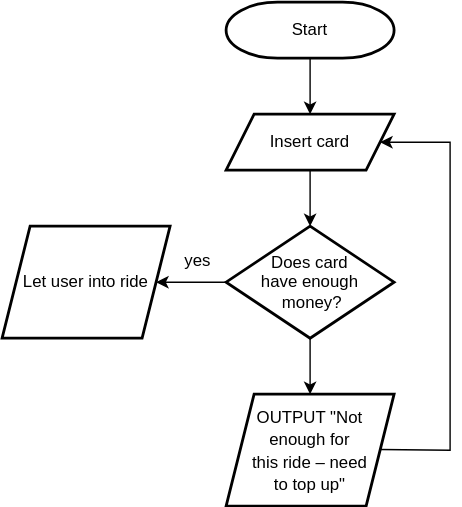
Earlier version of the draw.io export 1.1.2 Task 4.drawio.svg (tungstengmd/drawio-diagrams). Source tidied: cells renumbered, new cells last; positions are measured from the earlier drawing's top-left corner, leaving out a move shared by most shapes.
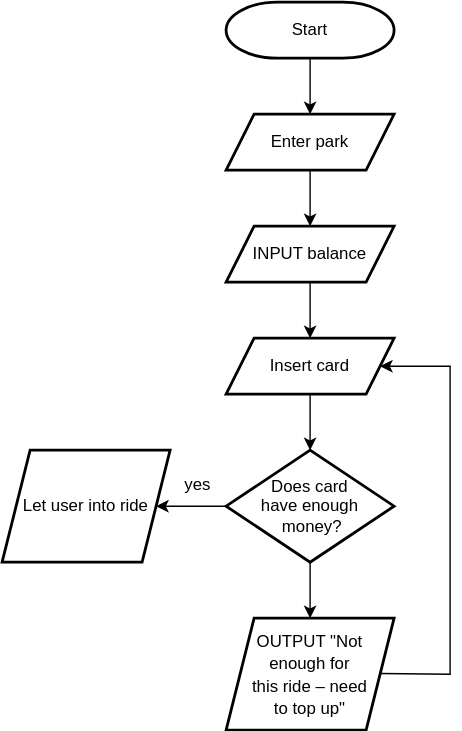
The same file after the commit.

Change to the diagram source:
```diff
@@ -2,11 +2,11 @@
   <root>
     <mxCell id="0" />
     <mxCell id="1" parent="0" />
-    <mxCell id="2" style="edgeStyle=orthogonalEdgeStyle;rounded=0;jettySize=auto;html=1;" parent="1" edge="1" source="3" target="5">
-      <mxGeometry relative="1" as="geometry" />
-    </mxCell>
+    <mxCell id="13" style="edgeStyle=orthogonalEdgeStyle;rounded=0;jettySize=auto;html=1;" parent="1" edge="1" source="3" target="15">
+      <mxGeometry relative="1" as="geometry" />
+    </mxCell>
     <mxCell id="3" value="Start" style="strokeWidth=2;html=1;shape=mxgraph.flowchart.terminator;whiteSpace=wrap;" parent="1" vertex="1">
-      <mxGeometry x="160" width="120" height="40" as="geometry" />
+      <mxGeometry x="160" y="-160" width="120" height="40" as="geometry" />
     </mxCell>
     <mxCell id="4" style="edgeStyle=orthogonalEdgeStyle;rounded=0;jettySize=auto;html=1;" parent="1" edge="1" source="5" target="8">
       <mxGeometry relative="1" as="geometry" />
@@ -41,5 +41,17 @@
         </Array>
       </mxGeometry>
     </mxCell>
+    <mxCell id="14" style="edgeStyle=orthogonalEdgeStyle;rounded=0;jettySize=auto;html=1;" parent="1" edge="1" source="15" target="17">
+      <mxGeometry relative="1" as="geometry" />
+    </mxCell>
+    <mxCell id="15" value="Enter park" style="shape=parallelogram;perimeter=parallelogramPerimeter;whiteSpace=wrap;html=1;fixedSize=1;strokeWidth=2;" parent="1" vertex="1">
+      <mxGeometry x="160" y="-80" width="120" height="40" as="geometry" />
+    </mxCell>
+    <mxCell id="16" style="edgeStyle=orthogonalEdgeStyle;rounded=0;jettySize=auto;html=1;" parent="1" edge="1" source="17" target="5">
+      <mxGeometry relative="1" as="geometry" />
+    </mxCell>
+    <mxCell id="17" value="INPUT balance" style="shape=parallelogram;perimeter=parallelogramPerimeter;whiteSpace=wrap;html=1;fixedSize=1;strokeWidth=2;" parent="1" vertex="1">
+      <mxGeometry x="160" width="120" height="40" as="geometry" />
+    </mxCell>
   </root>
 </mxGraphModel>
```
